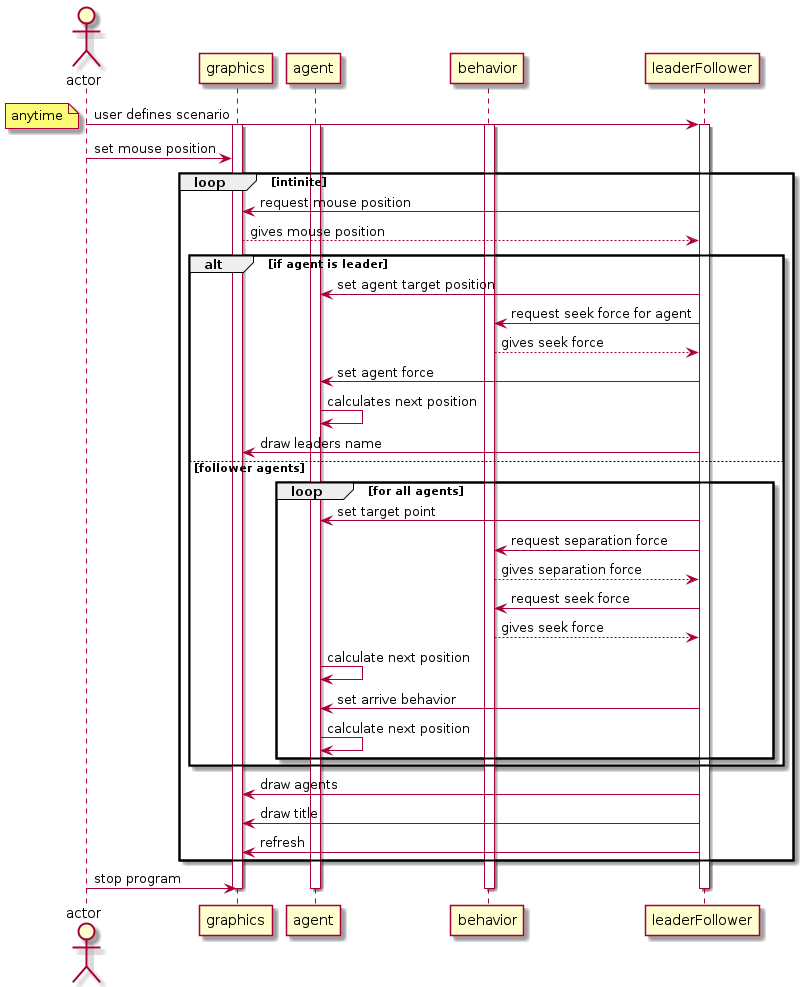
Above: docs/uml/sequence_diagram/leaderFollower.png in mehmetrizaoz/autonomousSteeringAgents (PlantUML), before the change. The source it was exported from:
```plantuml
@startuml
actor actor as user
participant graphics as view
participant agent as agent
participant behavior as steeringBehavior
participant leaderFollower as lF

user -> lF: user defines scenario
activate lF
activate view
activate agent
activate steeringBehavior
note left: anytime
user -> view:  set mouse position
loop intinite
    lF -> view: request mouse position
    view --> lF: gives mouse position

    alt if agent is leader
        lF -> agent: set agent target position
        lF -> steeringBehavior: request seek force for agent
        steeringBehavior --> lF: gives seek force
        lF -> agent: set agent force
        agent -> agent: calculates next position
        lF -> view: draw leaders name
    else follower agents
        loop for all agents
        lF -> agent: set target point
        lF ->steeringBehavior: request separation force
        steeringBehavior --> lF: gives separation force
        lF ->steeringBehavior: request seek force
        steeringBehavior --> lF: gives seek force
        agent -> agent: calculate next position
        lF -> agent: set arrive behavior
        agent -> agent: calculate next position
        end
    end
    lF -> view: draw agents
    lF -> view: draw title
    lF -> view: refresh
end
user -> view: stop program
deactivate lF
deactivate view
deactivate agent
deactivate steeringBehavior
@enduml
```
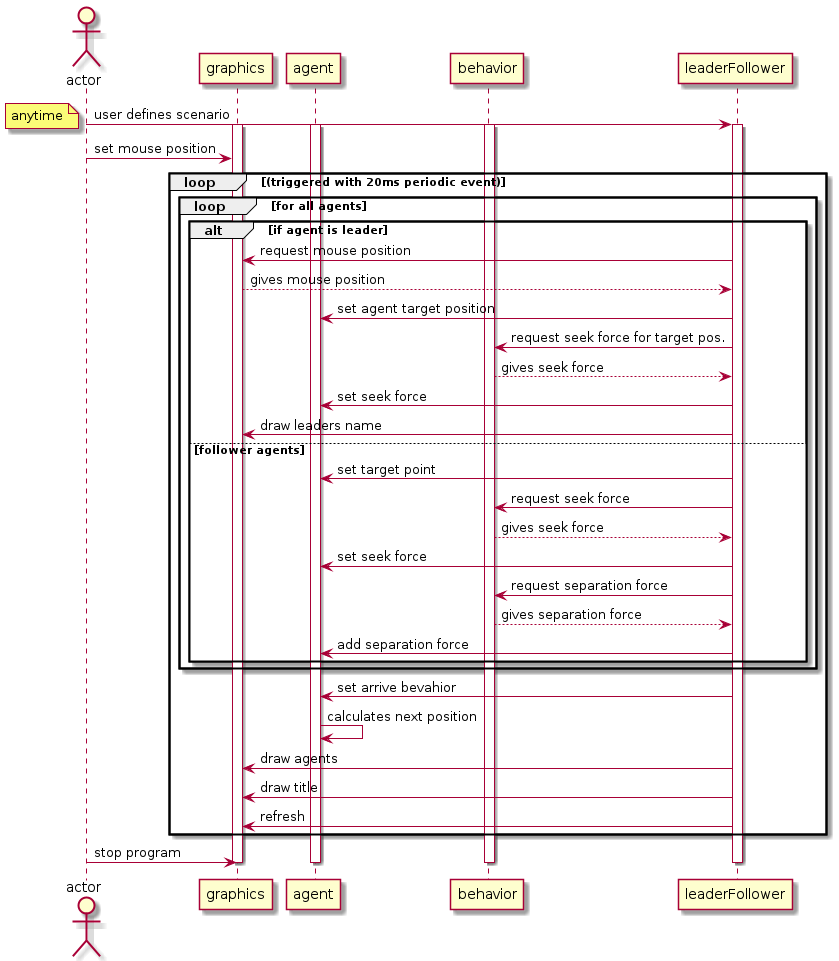
Above is the later version.

What changed in the source:
```diff
@@ -12,29 +12,28 @@
 activate steeringBehavior
 note left: anytime
 user -> view:  set mouse position
-loop intinite
-    lF -> view: request mouse position
-    view --> lF: gives mouse position
-
-    alt if agent is leader
-        lF -> agent: set agent target position
-        lF -> steeringBehavior: request seek force for agent
-        steeringBehavior --> lF: gives seek force
-        lF -> agent: set agent force
-        agent -> agent: calculates next position
-        lF -> view: draw leaders name
-    else follower agents
-        loop for all agents
-        lF -> agent: set target point
-        lF ->steeringBehavior: request separation force
-        steeringBehavior --> lF: gives separation force
-        lF ->steeringBehavior: request seek force
-        steeringBehavior --> lF: gives seek force
-        agent -> agent: calculate next position
-        lF -> agent: set arrive behavior
-        agent -> agent: calculate next position
+loop (triggered with 20ms periodic event)
+    loop for all agents
+        alt if agent is leader
+            lF -> view: request mouse position
+            view --> lF: gives mouse position
+            lF -> agent: set agent target position
+            lF -> steeringBehavior: request seek force for target pos.
+            steeringBehavior --> lF: gives seek force
+            lF -> agent: set seek force
+            lF -> view: draw leaders name
+        else follower agents
+            lF -> agent: set target point
+            lF ->steeringBehavior: request seek force
+            steeringBehavior --> lF: gives seek force
+            lF ->agent: set seek force
+            lF ->steeringBehavior: request separation force
+            steeringBehavior --> lF: gives separation force
+            lF ->agent: add separation force
         end
     end
+    lF -> agent:set arrive bevahior
+    agent -> agent: calculates next position
     lF -> view: draw agents
     lF -> view: draw title
     lF -> view: refresh
```
